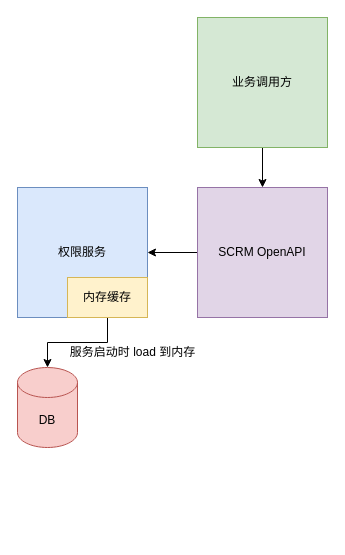
This is 未命名绘图.drawio from anriclee/diagramStorage, a draw.io file, before an edit. Source tidied: cells renumbered, new cells numbered last; positions are measured from the earlier drawing's top-left corner, leaving out a move shared by most shapes. Both pictures are drawn from the tidied source at 100%, with x=0, y=0 at pixel (17, 17).
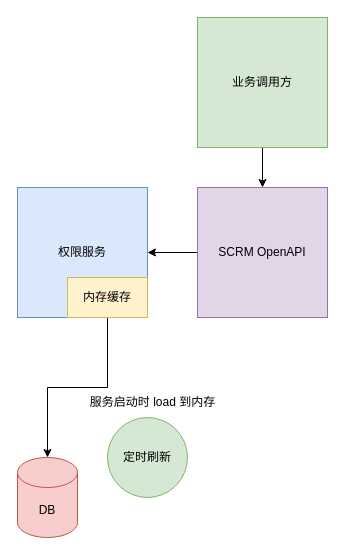
After the change.

Commit message:
增加定时刷新机制

Change to the diagram source:
```diff
@@
 <mxGraphModel>
   <root>
     <mxCell id="0" />
     <mxCell id="1" parent="0" />
     <mxCell id="2" style="edgeStyle=orthogonalEdgeStyle;rounded=0;jettySize=auto;html=1;" parent="1" edge="1" source="3" target="6">
       <mxGeometry relative="1" as="geometry" />
     </mxCell>
     <mxCell id="3" value="业务调用方" style="whiteSpace=wrap;html=1;fillColor=#d5e8d4;strokeColor=#82b366;" parent="1" vertex="1">
       <mxGeometry x="180" width="130" height="130" as="geometry" />
     </mxCell>
     <mxCell id="4" value="权限服务" style="whiteSpace=wrap;html=1;fillColor=#dae8fc;strokeColor=#6c8ebf;" parent="1" vertex="1">
       <mxGeometry y="170" width="130" height="130" as="geometry" />
     </mxCell>
     <mxCell id="5" style="edgeStyle=orthogonalEdgeStyle;rounded=0;jettySize=auto;html=1;entryX=1;entryY=0.5;entryDx=0;entryDy=0;" parent="1" edge="1" source="6" target="4">
       <mxGeometry relative="1" as="geometry" />
     </mxCell>
     <mxCell id="6" value="SCRM OpenAPI" style="whiteSpace=wrap;html=1;fillColor=#e1d5e7;strokeColor=#9673a6;" parent="1" vertex="1">
       <mxGeometry x="180" y="170" width="130" height="130" as="geometry" />
     </mxCell>
     <mxCell id="7" value="DB" style="shape=cylinder3;whiteSpace=wrap;html=1;boundedLbl=1;backgroundOutline=1;size=15;fillColor=#f8cecc;strokeColor=#b85450;" parent="1" vertex="1">
-      <mxGeometry y="350" width="60" height="80" as="geometry" />
+      <mxGeometry y="440" width="60" height="80" as="geometry" />
     </mxCell>
     <mxCell id="8" style="edgeStyle=orthogonalEdgeStyle;rounded=0;jettySize=auto;html=1;" parent="1" edge="1" source="9" target="7">
       <mxGeometry relative="1" as="geometry" />
     </mxCell>
     <mxCell id="9" value="内存缓存" style="rounded=0;whiteSpace=wrap;html=1;fillColor=#fff2cc;strokeColor=#d6b656;" parent="1" vertex="1">
       <mxGeometry x="50" y="260" width="80" height="40" as="geometry" />
     </mxCell>
     <mxCell id="10" value="服务启动时 load 到内存" style="text;html=1;align=center;verticalAlign=middle;strokeColor=none;fillColor=none;" parent="1" vertex="1">
-      <mxGeometry x="40" y="320" width="150" height="30" as="geometry" />
+      <mxGeometry x="60" y="370" width="150" height="30" as="geometry" />
     </mxCell>
+    <mxCell id="11" value="定时刷新" style="ellipse;whiteSpace=wrap;html=1;fillColor=#d5e8d4;strokeColor=#82b366;" parent="1" vertex="1">
+      <mxGeometry x="90" y="400" width="80" height="80" as="geometry" />
+    </mxCell>
   </root>
 </mxGraphModel>
```
